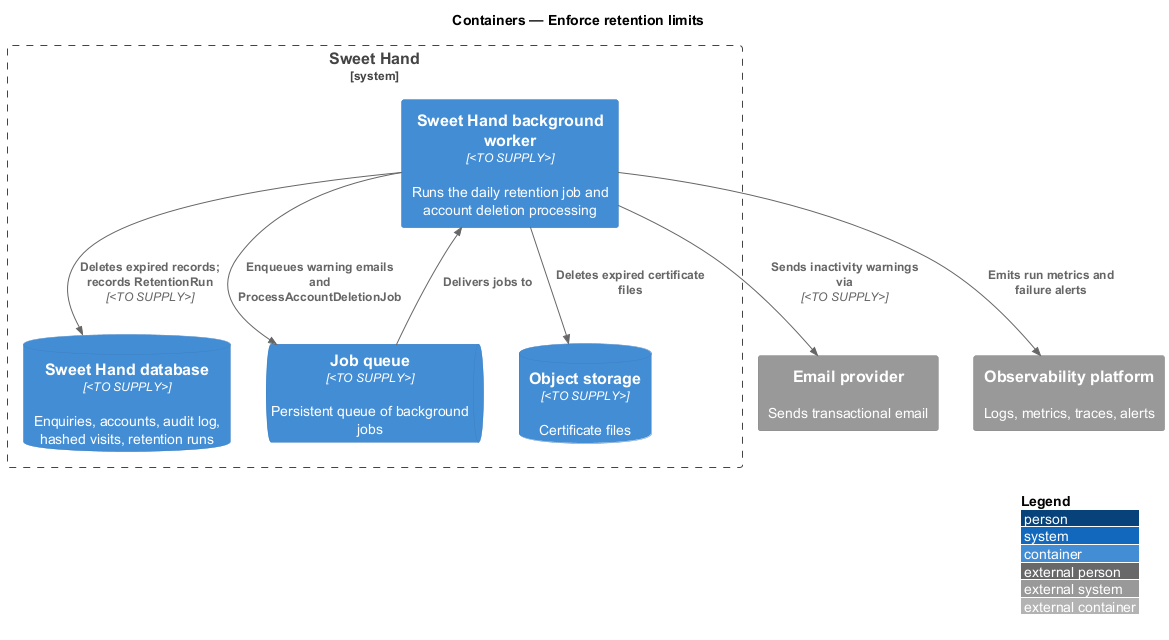
Above: docs/detailed-designs/privacy/enforce-retention/diagrams/c4-container.png in QuinntyneBrown/sweet-hand (PlantUML), before the change.
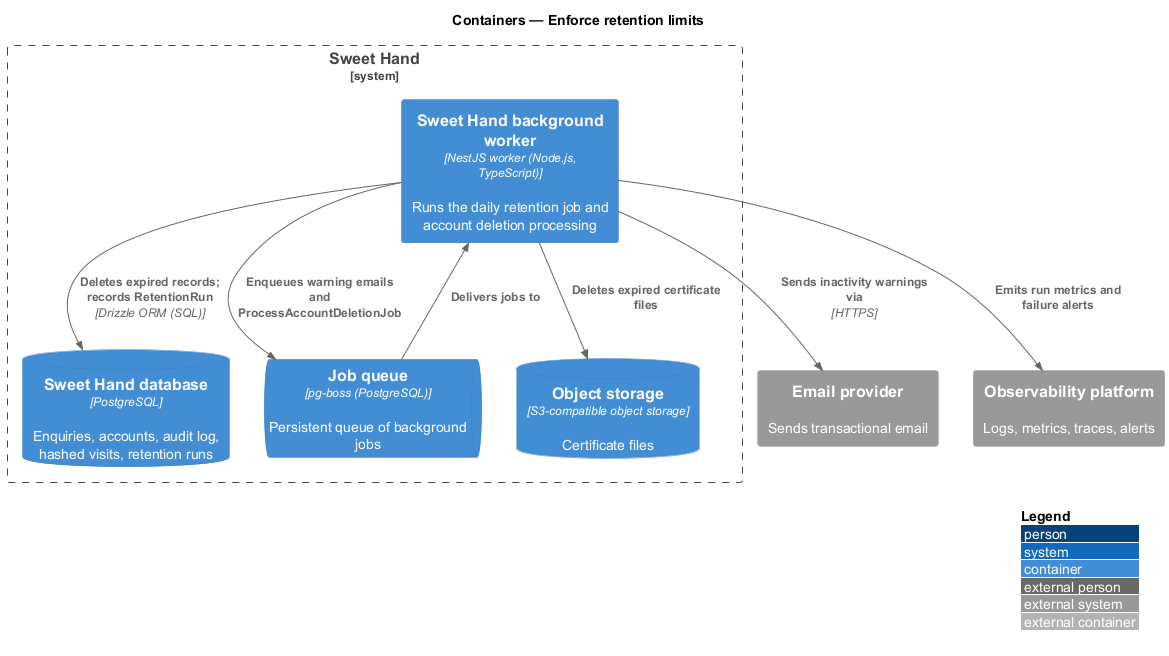
Later version of the same file.

What changed in the source:
```diff
@@ -6,16 +6,16 @@
 System_Ext(email, "Email provider", "Sends transactional email")
 System_Ext(obs, "Observability platform", "Logs, metrics, traces, alerts")
 System_Boundary(sweethand, "Sweet Hand") {
-  Container(worker, "Sweet Hand background worker", "<TO SUPPLY>", "Runs the daily retention job and account deletion processing")
-  ContainerQueue(queue, "Job queue", "<TO SUPPLY>", "Persistent queue of background jobs")
-  ContainerDb(db, "Sweet Hand database", "<TO SUPPLY>", "Enquiries, accounts, audit log, hashed visits, retention runs")
-  ContainerDb(storage, "Object storage", "<TO SUPPLY>", "Certificate files")
+  Container(worker, "Sweet Hand background worker", "NestJS worker (Node.js, TypeScript)", "Runs the daily retention job and account deletion processing")
+  ContainerQueue(queue, "Job queue", "pg-boss (PostgreSQL)", "Persistent queue of background jobs")
+  ContainerDb(db, "Sweet Hand database", "PostgreSQL", "Enquiries, accounts, audit log, hashed visits, retention runs")
+  ContainerDb(storage, "Object storage", "S3-compatible object storage", "Certificate files")
 }
 
-Rel(worker, db, "Deletes expired records; records RetentionRun", "<TO SUPPLY>")
+Rel(worker, db, "Deletes expired records; records RetentionRun", "Drizzle ORM (SQL)")
 Rel(worker, storage, "Deletes expired certificate files")
 Rel(worker, queue, "Enqueues warning emails and ProcessAccountDeletionJob")
 Rel(queue, worker, "Delivers jobs to")
-Rel(worker, email, "Sends inactivity warnings via", "<TO SUPPLY>")
+Rel(worker, email, "Sends inactivity warnings via", "HTTPS")
 Rel(worker, obs, "Emits run metrics and failure alerts")
 @enduml
```
